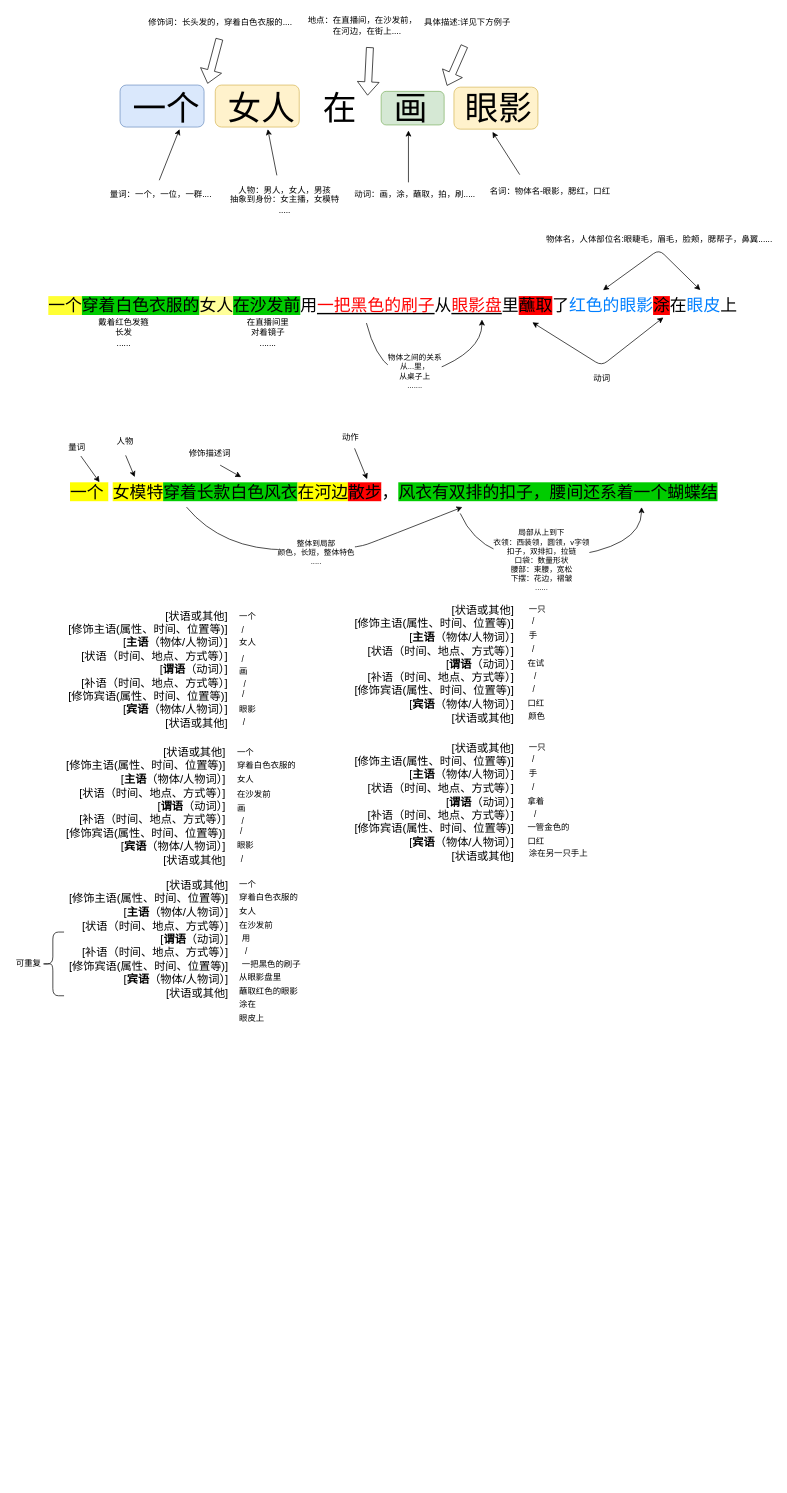
This is page "Page-3" (2 of 2) of O2T.drawio from jerry-ww/pcbvr, a draw.io file, before an edit. Source tidied: cells renumbered, new cells numbered last; positions are measured from the earlier drawing's top-left corner, leaving out a move shared by most shapes. Both pictures are drawn from the tidied source at 70%, with x=0, y=0 at pixel (12, 14).
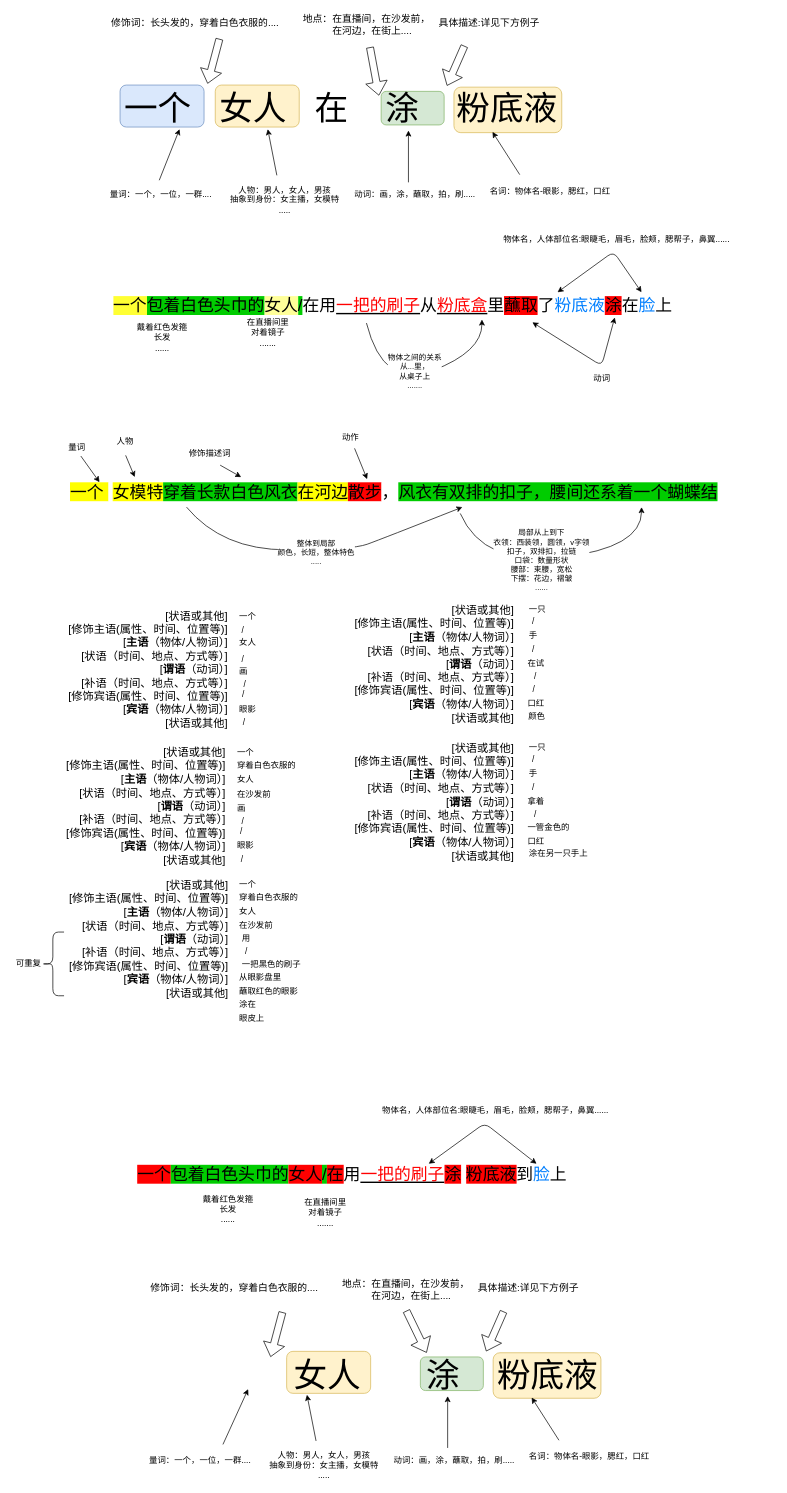
Above is the later version.

What changed in the source:
```diff
@@
     <mxCell id="2" style="rounded=1;whiteSpace=wrap;html=1;fillColor=#fff2cc;strokeColor=#d6b656;" parent="1" vertex="1">
-      <mxGeometry x="631" y="104" width="120" height="60" as="geometry" />
+      <mxGeometry x="631" y="104" width="154" height="65" as="geometry" />
     </mxCell>
@@
-    <mxCell id="6" value="&lt;font style=&quot;font-size: 48px&quot;&gt;一个&amp;nbsp; &amp;nbsp;女人&amp;nbsp; &amp;nbsp;在&amp;nbsp; &amp;nbsp; 画&amp;nbsp; &amp;nbsp; 眼影&lt;/font&gt;" style="text;html=1;align=center;verticalAlign=middle;points=[];" parent="1" vertex="1">
-      <mxGeometry x="166" y="119" width="581" height="30" as="geometry" />
+    <mxCell id="6" value="&lt;font style=&quot;font-size: 48px&quot;&gt;一个&amp;nbsp; &amp;nbsp;女人&amp;nbsp; &amp;nbsp;在&amp;nbsp; &amp;nbsp; 涂&amp;nbsp; &amp;nbsp; 粉底液&lt;/font&gt;" style="text;html=1;align=center;verticalAlign=middle;points=[];" parent="1" vertex="1">
+      <mxGeometry x="154" y="119" width="629" height="30" as="geometry" />
     </mxCell>
@@
-    <mxCell id="10" value="修饰词：长头发的，穿着白色衣服的...." style="text;html=1;align=center;verticalAlign=middle;" parent="1" vertex="1">
-      <mxGeometry x="189" y="2" width="215" height="18" as="geometry" />
+    <mxCell id="10" value="&lt;font style=&quot;font-size: 14px&quot;&gt;修饰词：长头发的，穿着白色衣服的....&lt;/font&gt;" style="text;html=1;align=center;verticalAlign=middle;" parent="1" vertex="1">
+      <mxGeometry x="136" y="2" width="250" height="19" as="geometry" />
     </mxCell>
@@
-    <mxCell id="14" value="地点：在直播间，在沙发前，&lt;br&gt;&amp;nbsp; &amp;nbsp; 在河边，在街上...." style="text;html=1;align=center;verticalAlign=middle;" parent="1" vertex="1">
-      <mxGeometry x="417" width="166" height="32" as="geometry" />
+    <mxCell id="14" value="&lt;font style=&quot;font-size: 14px&quot;&gt;地点：在直播间，在沙发前，&lt;br&gt;&amp;nbsp; &amp;nbsp; 在河边，在街上....&lt;/font&gt;" style="text;html=1;align=center;verticalAlign=middle;" parent="1" vertex="1">
+      <mxGeometry x="410" y="-3" width="192" height="34" as="geometry" />
     </mxCell>
@@
-    <mxCell id="19" value="&lt;font style=&quot;font-size: 24px&quot;&gt;&lt;font style=&quot;background-color: rgb(255 , 255 , 51)&quot;&gt;一个&lt;/font&gt;&lt;span style=&quot;background-color: rgb(0 , 204 , 0)&quot;&gt;穿着白色衣服的&lt;/span&gt;&lt;span style=&quot;background-color: rgb(255 , 255 , 153)&quot;&gt;女人&lt;/span&gt;&lt;span style=&quot;background-color: rgb(0 , 204 , 0)&quot;&gt;在沙发前&lt;/span&gt;用&lt;u&gt;&lt;font color=&quot;#ff0000&quot;&gt;一把黑色的刷子&lt;/font&gt;&lt;/u&gt;从&lt;u&gt;&lt;font color=&quot;#ff0000&quot;&gt;眼影盘&lt;/font&gt;&lt;/u&gt;里&lt;span style=&quot;background-color: rgb(255 , 0 , 0)&quot;&gt;蘸取&lt;/span&gt;了&lt;font color=&quot;#007fff&quot;&gt;红色的眼影&lt;/font&gt;&lt;span style=&quot;background-color: rgb(255 , 0 , 0)&quot;&gt;涂&lt;/span&gt;在&lt;font color=&quot;#007fff&quot;&gt;眼皮&lt;/font&gt;上&amp;nbsp;&amp;nbsp;&lt;/font&gt;" style="text;html=1;align=center;verticalAlign=middle;points=[];" parent="1" vertex="1">
-      <mxGeometry x="46" y="406" width="1007" height="22" as="geometry" />
+    <mxCell id="19" value="&lt;font style=&quot;font-size: 24px&quot;&gt;&lt;font style=&quot;background-color: rgb(255 , 255 , 51)&quot;&gt;一个&lt;/font&gt;&lt;span style=&quot;background-color: rgb(0 , 204 , 0)&quot;&gt;包着白色头巾的&lt;/span&gt;&lt;span style=&quot;background-color: rgb(255 , 255 , 153)&quot;&gt;女人&lt;/span&gt;&lt;span style=&quot;background-color: rgb(0 , 204 , 0)&quot;&gt;/&lt;/span&gt;在用&lt;u&gt;&lt;font color=&quot;#ff0000&quot;&gt;一把的刷子&lt;/font&gt;&lt;/u&gt;从&lt;u&gt;&lt;font color=&quot;#ff0000&quot;&gt;粉底盒&lt;/font&gt;&lt;/u&gt;里&lt;span style=&quot;background-color: rgb(255 , 0 , 0)&quot;&gt;蘸取&lt;/span&gt;了&lt;font color=&quot;#007fff&quot;&gt;粉底液&lt;/font&gt;&lt;span style=&quot;background-color: rgb(255 , 0 , 0)&quot;&gt;涂&lt;/span&gt;在&lt;font color=&quot;#007fff&quot;&gt;脸&lt;/font&gt;上&amp;nbsp;&amp;nbsp;&lt;/font&gt;" style="text;html=1;align=center;verticalAlign=middle;points=[];" parent="1" vertex="1">
+      <mxGeometry x="139" y="406" width="822" height="22" as="geometry" />
     </mxCell>
@@
-    <mxCell id="21" value="具体描述:详见下方例子" style="text;html=1;align=center;verticalAlign=middle;" parent="1" vertex="1">
-      <mxGeometry x="583" y="2" width="133" height="18" as="geometry" />
+    <mxCell id="21" value="&lt;font style=&quot;font-size: 14px&quot;&gt;具体描述:详见下方例子&lt;/font&gt;" style="text;html=1;align=center;verticalAlign=middle;" parent="1" vertex="1">
+      <mxGeometry x="604" y="2" width="154" height="19" as="geometry" />
     </mxCell>
@@
     <mxCell id="26" style="endArrow=classic;startArrow=classic;html=1;" parent="1" edge="1">
       <mxGeometry relative="1" as="geometry">
-        <mxPoint x="844" y="394" as="sourcePoint" />
-        <mxPoint x="983" y="394" as="targetPoint" />
+        <mxPoint x="779" y="397" as="sourcePoint" />
+        <mxPoint x="899" y="397" as="targetPoint" />
         <Array as="points">
-          <mxPoint x="924" y="336" />
+          <mxPoint x="859" y="339" />
         </Array>
       </mxGeometry>
     </mxCell>
     <mxCell id="27" value="物体名，人体部位名:眼睫毛，眉毛，脸颊，腮帮子，鼻翼......" style="text;html=1;align=center;verticalAlign=middle;" parent="1" vertex="1">
-      <mxGeometry x="757" y="313" width="333" height="18" as="geometry" />
+      <mxGeometry x="696" y="312" width="333" height="18" as="geometry" />
     </mxCell>
     <mxCell id="28" value="戴着红色发箍&lt;br&gt;长发&lt;br&gt;......" style="text;html=1;align=center;verticalAlign=middle;" parent="1" vertex="1">
-      <mxGeometry x="118" y="432" width="82" height="46" as="geometry" />
+      <mxGeometry x="173" y="439" width="82" height="46" as="geometry" />
     </mxCell>
@@
+    <mxCell id="97" value="&lt;font style=&quot;font-size: 24px&quot;&gt;&lt;font style=&quot;background-color: rgb(255 , 0 , 0)&quot;&gt;一个&lt;/font&gt;&lt;span style=&quot;background-color: rgb(0 , 204 , 0)&quot;&gt;包着白色头巾的&lt;/span&gt;&lt;span style=&quot;background-color: rgb(255 , 0 , 0)&quot;&gt;女人&lt;/span&gt;&lt;span style=&quot;background-color: rgb(0 , 204 , 0)&quot;&gt;/&lt;/span&gt;&lt;span style=&quot;background-color: rgb(255 , 0 , 0)&quot;&gt;在&lt;/span&gt;用&lt;u&gt;&lt;font color=&quot;#ff0000&quot;&gt;一把的刷子&lt;/font&gt;&lt;/u&gt;&lt;span style=&quot;background-color: rgb(255 , 0 , 0)&quot;&gt;涂&lt;/span&gt;&lt;span style=&quot;background-color: rgb(255 , 255 , 255)&quot;&gt;&amp;nbsp;&lt;/span&gt;&lt;font style=&quot;background-color: rgb(255 , 0 , 0)&quot;&gt;粉底液&lt;/font&gt;到&lt;font color=&quot;#007fff&quot;&gt;脸&lt;/font&gt;上&amp;nbsp;&amp;nbsp;&lt;/font&gt;" style="text;html=1;align=center;verticalAlign=middle;" parent="1" vertex="1">
+      <mxGeometry x="173" y="1647" width="637" height="22" as="geometry" />
+    </mxCell>
+    <mxCell id="98" style="endArrow=classic;startArrow=classic;html=1;" parent="1" edge="1">
+      <mxGeometry relative="1" as="geometry">
+        <mxPoint x="595" y="1642" as="sourcePoint" />
+        <mxPoint x="749" y="1642" as="targetPoint" />
+        <Array as="points">
+          <mxPoint x="675" y="1584" />
+        </Array>
+      </mxGeometry>
+    </mxCell>
+    <mxCell id="99" value="物体名，人体部位名:眼睫毛，眉毛，脸颊，腮帮子，鼻翼......" style="text;html=1;align=center;verticalAlign=middle;" parent="1" vertex="1">
+      <mxGeometry x="523" y="1557" width="333" height="18" as="geometry" />
+    </mxCell>
+    <mxCell id="100" value="戴着红色发箍&lt;br&gt;长发&lt;br&gt;......" style="text;html=1;align=center;verticalAlign=middle;" parent="1" vertex="1">
+      <mxGeometry x="267" y="1684" width="82" height="46" as="geometry" />
+    </mxCell>
+    <mxCell id="101" value="在直播间里&lt;br&gt;对着镜子&lt;br&gt;......." style="text;html=1;align=center;verticalAlign=middle;" parent="1" vertex="1">
+      <mxGeometry x="412" y="1689" width="70" height="46" as="geometry" />
+    </mxCell>
+    <mxCell id="102" style="rounded=1;whiteSpace=wrap;html=1;fillColor=#fff2cc;strokeColor=#d6b656;" parent="1" vertex="1">
+      <mxGeometry x="687" y="1912" width="154" height="65" as="geometry" />
+    </mxCell>
+    <mxCell id="103" style="rounded=1;whiteSpace=wrap;html=1;fillColor=#d5e8d4;strokeColor=#82b366;" parent="1" vertex="1">
+      <mxGeometry x="583" y="1918" width="90" height="48" as="geometry" />
+    </mxCell>
+    <mxCell id="104" style="rounded=1;whiteSpace=wrap;html=1;fillColor=#fff2cc;strokeColor=#d6b656;" parent="1" vertex="1">
+      <mxGeometry x="392" y="1910" width="120" height="60" as="geometry" />
+    </mxCell>
+    <mxCell id="105" value="&lt;font style=&quot;font-size: 48px&quot;&gt;&amp;nbsp; &amp;nbsp; &amp;nbsp; &amp;nbsp; &amp;nbsp; &amp;nbsp; 女人&amp;nbsp; &amp;nbsp; &amp;nbsp; &amp;nbsp;涂&amp;nbsp; &amp;nbsp; 粉底液&lt;/font&gt;" style="text;html=1;align=center;verticalAlign=middle;" parent="1" vertex="1">
+      <mxGeometry x="236" y="1929.5" width="605" height="30" as="geometry" />
+    </mxCell>
+    <mxCell id="106" style="endArrow=classic;html=1;" parent="1" edge="1">
+      <mxGeometry relative="1" as="geometry">
+        <mxPoint x="301" y="2043" as="sourcePoint" />
+        <mxPoint x="337" y="1964" as="targetPoint" />
+      </mxGeometry>
+    </mxCell>
+    <mxCell id="107" value="量词：一个，一位，一群...." style="text;html=1;align=center;verticalAlign=middle;" parent="1" vertex="1">
+      <mxGeometry x="190" y="2057" width="155" height="18" as="geometry" />
+    </mxCell>
+    <mxCell id="108" style="shape=flexArrow;endArrow=classic;html=1;" parent="1" edge="1">
+      <mxGeometry relative="1" as="geometry">
+        <mxPoint x="386" y="1854" as="sourcePoint" />
+        <mxPoint x="369" y="1918" as="targetPoint" />
+      </mxGeometry>
+    </mxCell>
+    <mxCell id="109" value="&lt;font style=&quot;font-size: 14px&quot;&gt;修饰词：长头发的，穿着白色衣服的....&lt;/font&gt;" style="text;html=1;align=center;verticalAlign=middle;" parent="1" vertex="1">
+      <mxGeometry x="192" y="1810" width="250" height="19" as="geometry" />
+    </mxCell>
+    <mxCell id="110" style="endArrow=classic;html=1;" parent="1" edge="1">
+      <mxGeometry relative="1" as="geometry">
+        <mxPoint x="434" y="2038" as="sourcePoint" />
+        <mxPoint x="421" y="1972" as="targetPoint" />
+      </mxGeometry>
+    </mxCell>
+    <mxCell id="111" value="人物：男人，女人，男孩&lt;br&gt;抽象到身份：女主播，女模特&lt;br&gt;....." style="text;html=1;align=center;verticalAlign=middle;" parent="1" vertex="1">
+      <mxGeometry x="362" y="2050" width="166" height="46" as="geometry" />
+    </mxCell>
+    <mxCell id="112" style="shape=flexArrow;endArrow=classic;html=1;" parent="1" edge="1">
+      <mxGeometry relative="1" as="geometry">
+        <mxPoint x="563" y="1852" as="sourcePoint" />
+        <mxPoint x="592" y="1912" as="targetPoint" />
+      </mxGeometry>
+    </mxCell>
+    <mxCell id="113" value="&lt;font style=&quot;font-size: 14px&quot;&gt;地点：在直播间，在沙发前，&lt;br&gt;&amp;nbsp; &amp;nbsp; 在河边，在街上....&lt;/font&gt;" style="text;html=1;align=center;verticalAlign=middle;" parent="1" vertex="1">
+      <mxGeometry x="466" y="1805" width="192" height="34" as="geometry" />
+    </mxCell>
+    <mxCell id="114" value="动词：画，涂，蘸取，拍，刷....." style="text;html=1;align=center;verticalAlign=middle;" parent="1" vertex="1">
+      <mxGeometry x="539" y="2057" width="183" height="18" as="geometry" />
+    </mxCell>
+    <mxCell id="115" style="endArrow=classic;html=1;" parent="1" edge="1">
+      <mxGeometry relative="1" as="geometry">
+        <mxPoint x="622" y="2048" as="sourcePoint" />
+        <mxPoint x="622" y="1974" as="targetPoint" />
+      </mxGeometry>
+    </mxCell>
+    <mxCell id="116" style="endArrow=classic;html=1;" parent="1" edge="1">
+      <mxGeometry relative="1" as="geometry">
+        <mxPoint x="781" y="2037" as="sourcePoint" />
+        <mxPoint x="742" y="1976" as="targetPoint" />
+      </mxGeometry>
+    </mxCell>
+    <mxCell id="117" value="名词：物体名-眼影，腮红，口红&lt;br&gt;&amp;nbsp; &amp;nbsp;&amp;nbsp;" style="text;html=1;align=center;verticalAlign=middle;" parent="1" vertex="1">
+      <mxGeometry x="733" y="2052" width="182" height="32" as="geometry" />
+    </mxCell>
+    <mxCell id="118" style="shape=flexArrow;endArrow=classic;html=1;" parent="1" edge="1">
+      <mxGeometry relative="1" as="geometry">
+        <mxPoint x="702" y="1853" as="sourcePoint" />
+        <mxPoint x="677" y="1910" as="targetPoint" />
+      </mxGeometry>
+    </mxCell>
+    <mxCell id="119" value="&lt;font style=&quot;font-size: 14px&quot;&gt;具体描述:详见下方例子&lt;/font&gt;" style="text;html=1;align=center;verticalAlign=middle;" parent="1" vertex="1">
+      <mxGeometry x="660" y="1810" width="154" height="19" as="geometry" />
+    </mxCell>
```
